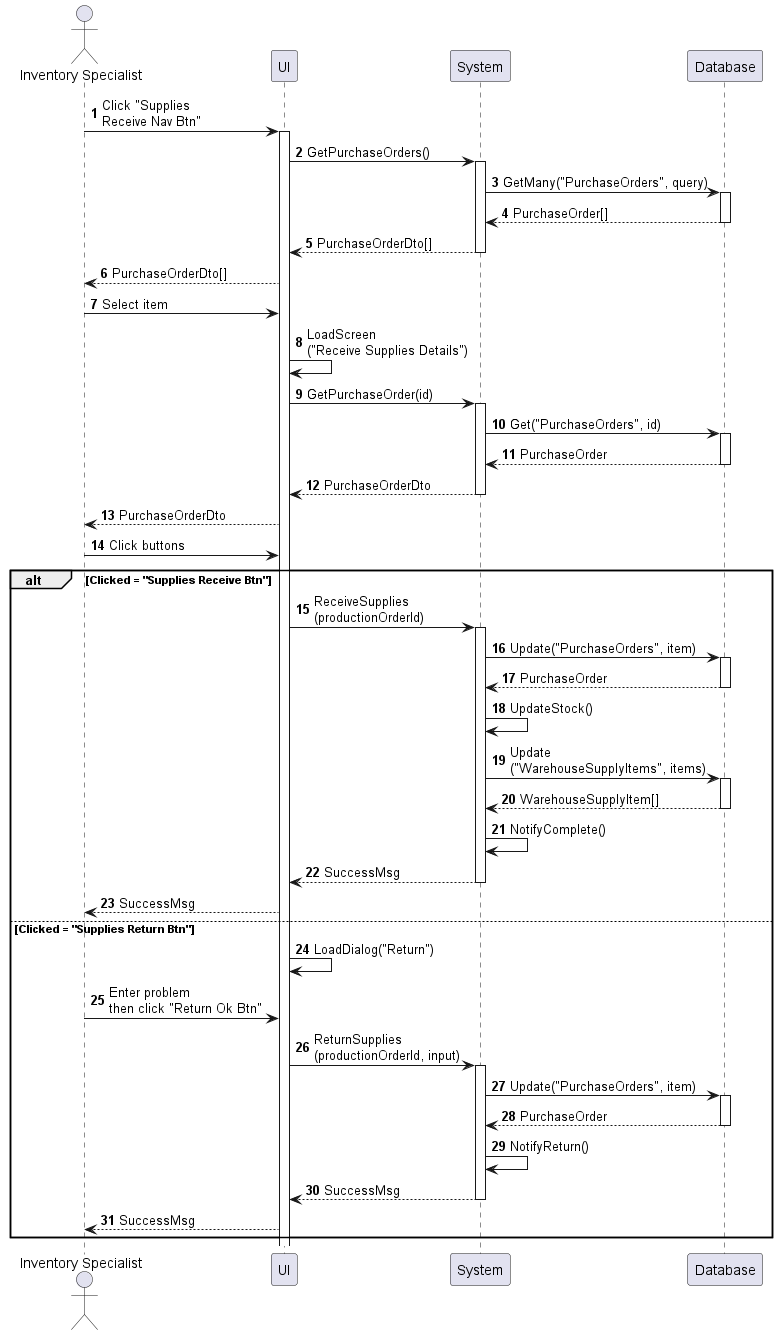
phihungha/scmss-reqs keeps this PlantUML diagram as sequences/inventory-supply-receive.png. Above is the earlier version.
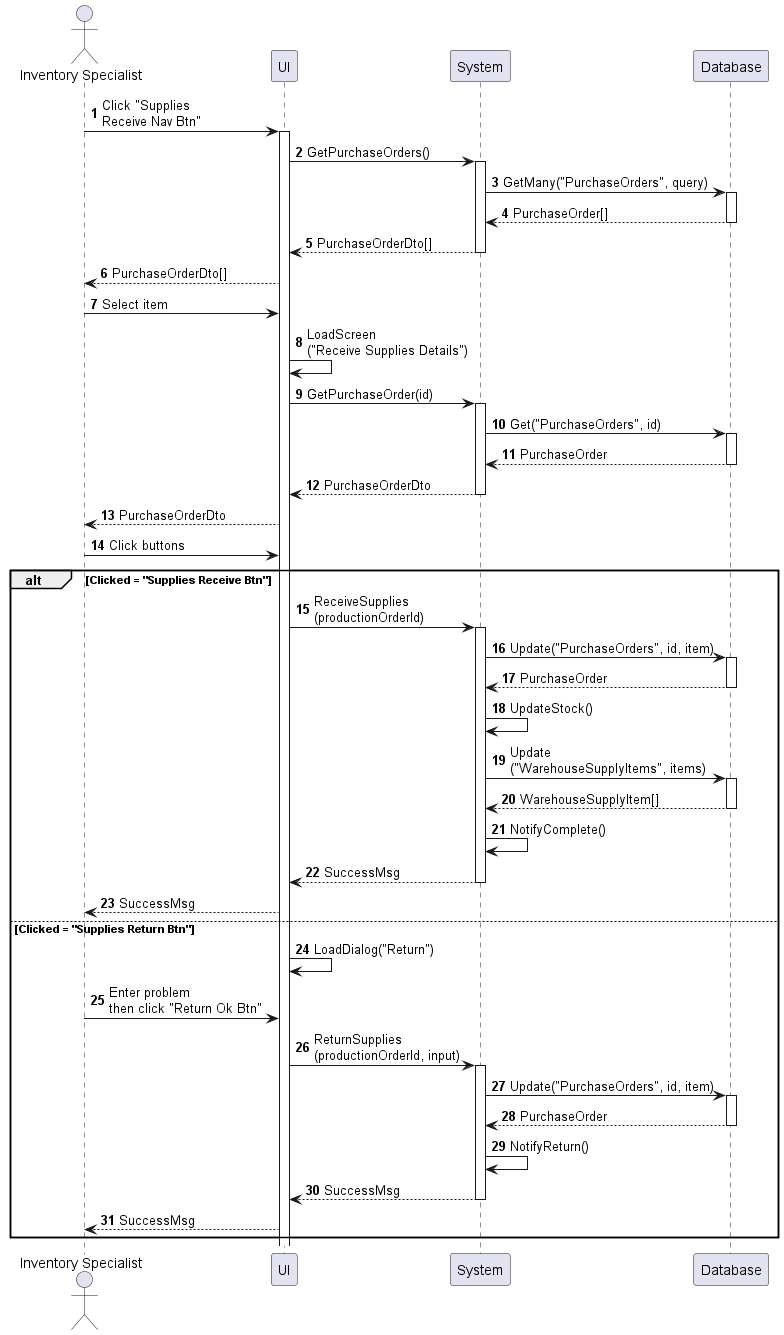
Above is the later version.

Change to the diagram source:
```diff
@@ -29,7 +29,7 @@
 alt Clicked = "Supplies Receive Btn"
     f -> b : ReceiveSupplies\n(productionOrderId)
     activate b
-    b -> d : Update("PurchaseOrders", item)
+    b -> d : Update("PurchaseOrders", id, item)
     activate d
     return PurchaseOrder
     b -> b : UpdateStock()
@@ -44,7 +44,7 @@
     a -> f : Enter problem\nthen click "Return Ok Btn"
     f -> b : ReturnSupplies\n(productionOrderId, input)
     activate b
-    b -> d : Update("PurchaseOrders", item)
+    b -> d : Update("PurchaseOrders", id, item)
     activate d
     return PurchaseOrder
     b -> b : NotifyReturn()
```
